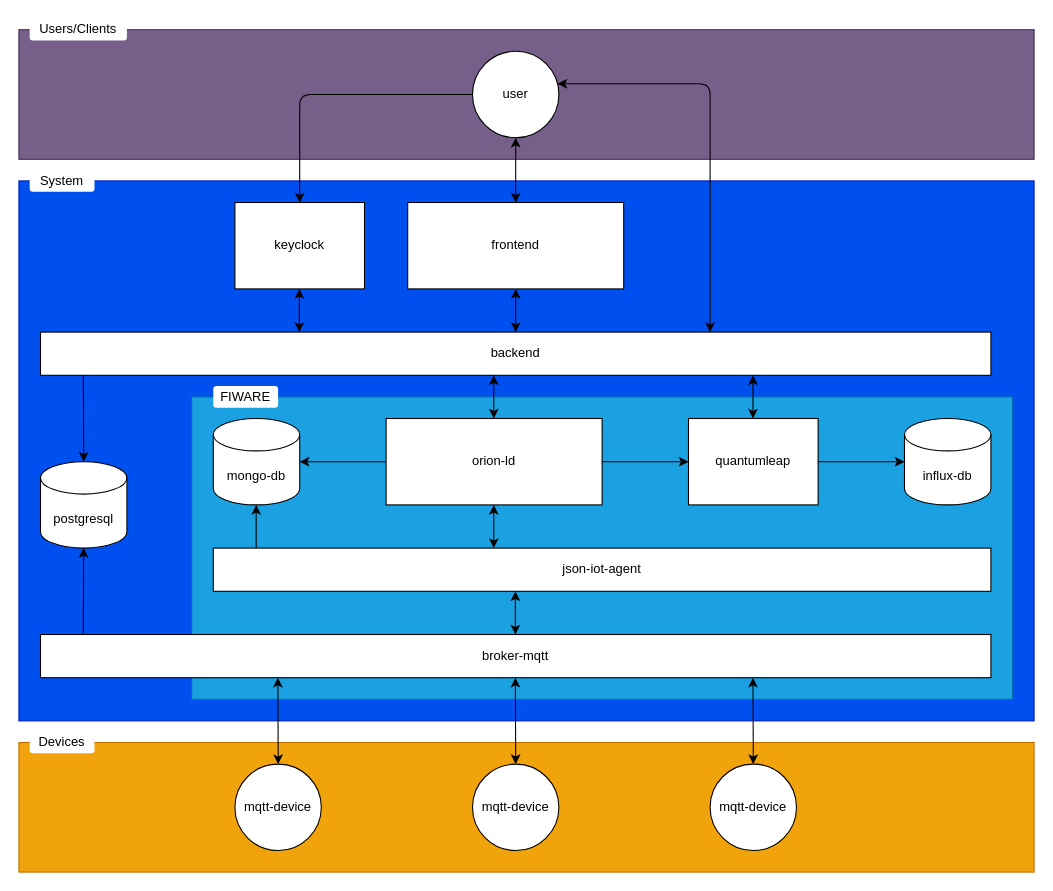
Earlier version of the draw.io diagram document.drawio (LuizTakeda/masters-system). Source tidied: cells renumbered, new cells numbered last; positions are measured from the earlier drawing's top-left corner, leaving out a move shared by most shapes. Both pictures are drawn from the tidied source at 108%, with x=0, y=0 at pixel (18, 18).
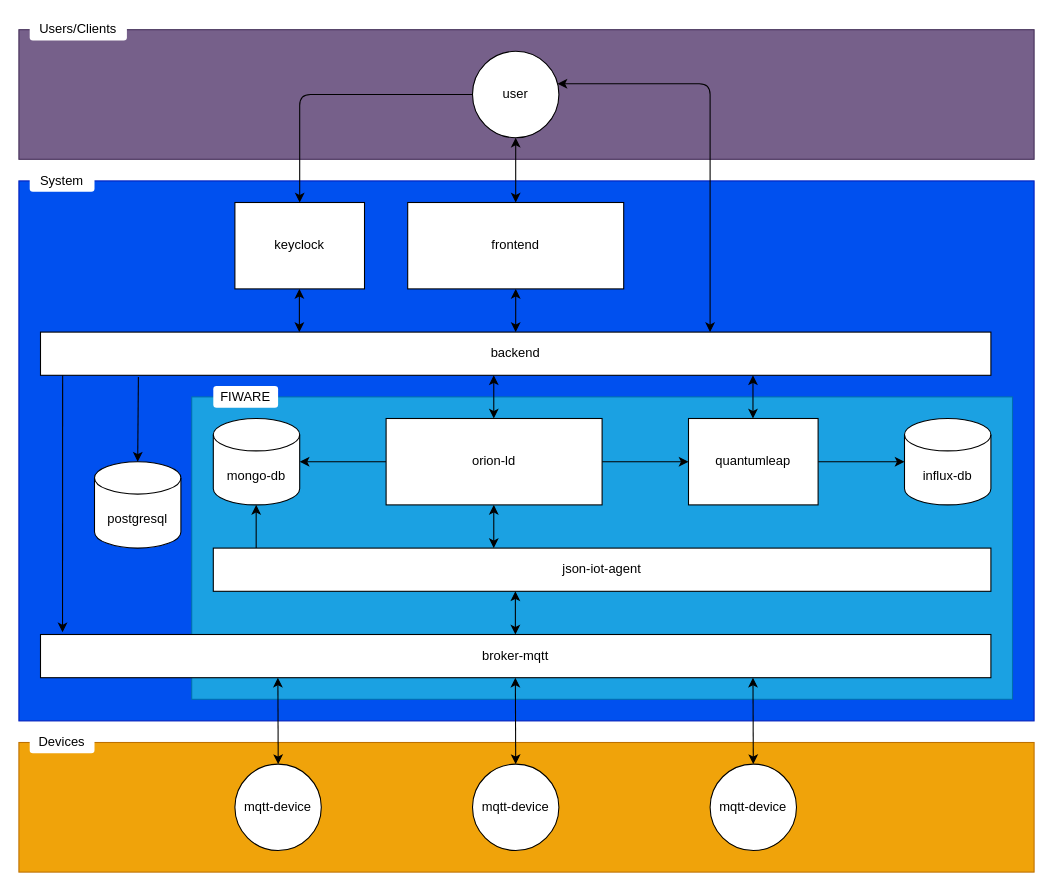
The same diagram, later.

Commit message (it also covers changes not shown here):
fix(core): update architecture

The change refers to these unchanged cells:
```xml
<mxCell id="12" value="backend" style="rounded=0;whiteSpace=wrap;html=1;" parent="1" vertex="1">
  <mxGeometry x="20" y="290" width="880" height="40" as="geometry" />
</mxCell>
```

Change to the diagram source:
```diff
@@
     <mxCell id="16" value="postgresql" style="shape=cylinder3;whiteSpace=wrap;html=1;boundedLbl=1;backgroundOutline=1;size=15;" parent="1" vertex="1">
-      <mxGeometry x="20" y="410" width="80" height="80" as="geometry" />
+      <mxGeometry x="70" y="410" width="80" height="80" as="geometry" />
     </mxCell>
@@
-    <mxCell id="23" style="edgeStyle=none;html=1;" parent="1" edge="1" target="16">
-      <mxGeometry relative="1" as="geometry">
-        <mxPoint x="59.7" y="570" as="sourcePoint" />
-      </mxGeometry>
-    </mxCell>
@@
-    <mxCell id="29" style="edgeStyle=none;html=1;startArrow=classic;startFill=1;exitX=0.5;exitY=0;exitDx=0;exitDy=0;exitPerimeter=0;endArrow=none;endFill=0;" parent="1" edge="1" source="16">
-      <mxGeometry relative="1" as="geometry">
-        <mxPoint x="59.7" y="330" as="targetPoint" />
-      </mxGeometry>
+    <mxCell id="29" style="edgeStyle=none;html=1;startArrow=classic;startFill=1;exitX=0.5;exitY=0;exitDx=0;exitDy=0;exitPerimeter=0;endArrow=none;endFill=0;entryX=0.103;entryY=1.039;entryDx=0;entryDy=0;entryPerimeter=0;" parent="1" edge="1" source="16" target="12">
+      <mxGeometry relative="1" as="geometry" />
     </mxCell>
@@
+    <mxCell id="42" style="edgeStyle=none;html=1;startArrow=classic;startFill=1;exitX=0.043;exitY=0.84;exitDx=0;exitDy=0;exitPerimeter=0;endArrow=none;endFill=0;entryX=0.103;entryY=1.039;entryDx=0;entryDy=0;entryPerimeter=0;" parent="1" edge="1">
+      <mxGeometry relative="1" as="geometry">
+        <mxPoint x="40.4" y="568" as="sourcePoint" />
+        <mxPoint x="40.5" y="330" as="targetPoint" />
+      </mxGeometry>
+    </mxCell>
```
